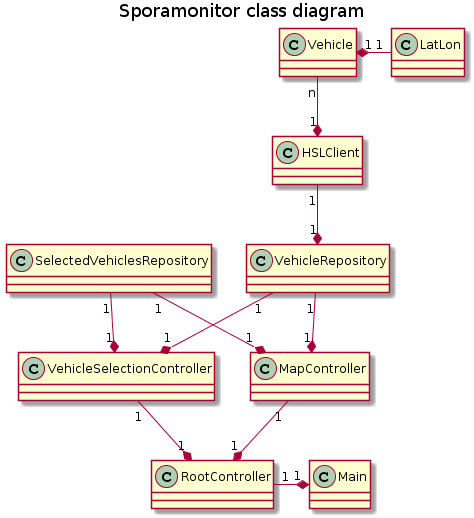
Earlier version of the PlantUML export dokumentaatio/luokkakaavio.png (strax/sporamonitor). Source of this version:
```plantuml
@startuml
title Sporamonitor class diagram

class HSLClient
class MapController
class RootController
class VehicleSelectionController
class Vehicle
class LatLon
class SelectedVehiclesRepository

Vehicle "1" *-right- "1" LatLon
HSLClient "1" *-up- "n" Vehicle
VehicleRepository "1" *-up- "1" HSLClient
MapController "1" *-up- "1" VehicleRepository
MapController "1" *-up- "1" SelectedVehiclesRepository
VehicleSelectionController "1" *-up- "1" VehicleRepository
VehicleSelectionController "1" *-up- "1" SelectedVehiclesRepository
RootController "1" *-up- "1" MapController
RootController "1" *-up- "1" VehicleSelectionController
Main "1" *-left- "1" RootController
@enduml
```
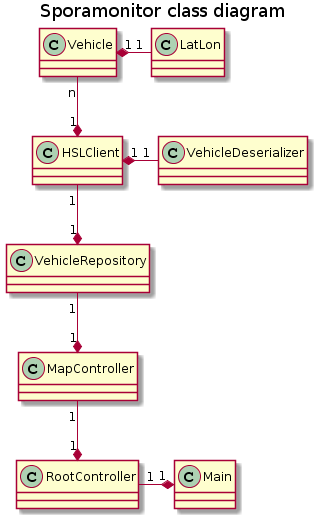
After the change.

Commit message:
Remove unimplemented classes from class diagram

Diff of the diagram source:
```diff
@@ -4,19 +4,15 @@
 class HSLClient
 class MapController
 class RootController
-class VehicleSelectionController
 class Vehicle
 class LatLon
-class SelectedVehiclesRepository
+class VehicleDeserializer
 
 Vehicle "1" *-right- "1" LatLon
 HSLClient "1" *-up- "n" Vehicle
+HSLClient "1" *-right- "1" VehicleDeserializer
 VehicleRepository "1" *-up- "1" HSLClient
 MapController "1" *-up- "1" VehicleRepository
-MapController "1" *-up- "1" SelectedVehiclesRepository
-VehicleSelectionController "1" *-up- "1" VehicleRepository
-VehicleSelectionController "1" *-up- "1" SelectedVehiclesRepository
 RootController "1" *-up- "1" MapController
-RootController "1" *-up- "1" VehicleSelectionController
 Main "1" *-left- "1" RootController
 @enduml
```
